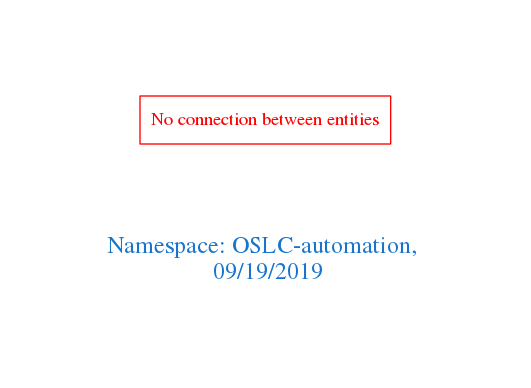
This is downloads/OSLC-automation.png from arago/OGIT, a Graphviz export, as it was before one commit. Its source is kept beside it as downloads/OSLC-automation.dot.
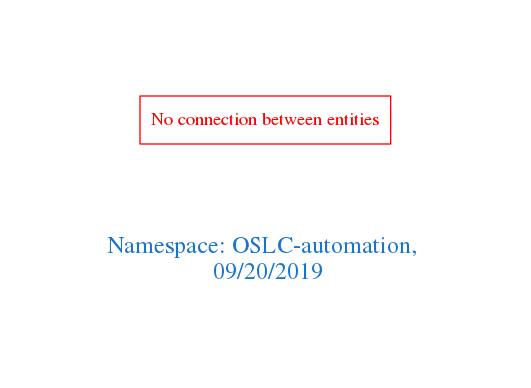
After the change.

The edit, as a diff of the source:
```diff
@@ -1,7 +1,7 @@
 digraph OGIT_ontology {
  graph [ rankdir= LR,pad=1
 fontsize = 18,
-fontcolor= dodgerblue3,label = "\n\n\nNamespace: OSLC-automation, \n 09/19/2019"];
+fontcolor= dodgerblue3,label = "\n\n\nNamespace: OSLC-automation, \n 09/20/2019"];
 node[shape=polygon];
 edge [  color="gray81"];
 
```
